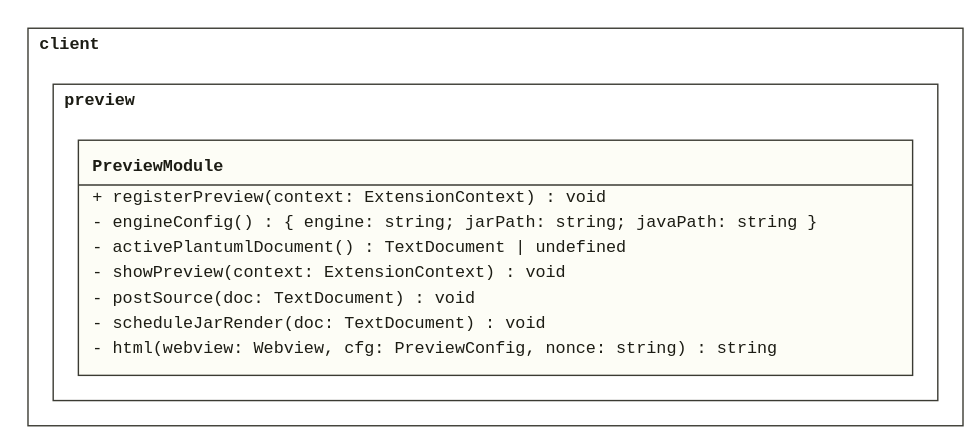
Earlier version of the PlantUML export doc/assets/CL_Preview.svg (derivasoftware/plantuml-vscode). Its source is kept beside it as design/lld/client/CL_Preview.puml.
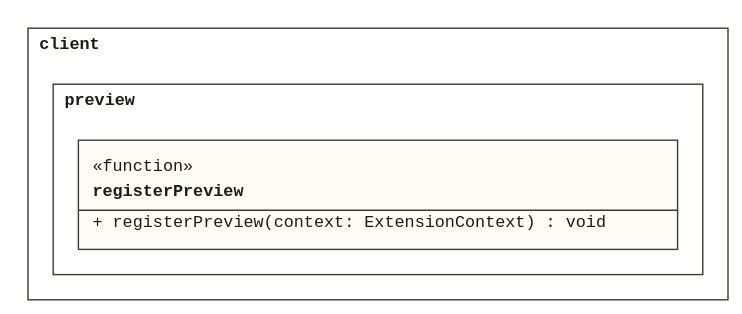
Above is the later version.

Commit message:
Model the module functions on the function axis (BOK-00139-1)

What changed in the source:
```diff
@@ -3,14 +3,8 @@
 !startsub PreviewModule
 
 namespace client.preview {
-  class "<<module>>" as PreviewModule {
+  class registerPreview <<function>> {
     + registerPreview(context: ExtensionContext) : void
-    - engineConfig() : { engine: string; jarPath: string; javaPath: string }
-    - activePlantumlDocument() : TextDocument | undefined
-    - showPreview(context: ExtensionContext) : void
-    - postSource(doc: TextDocument) : void
-    - scheduleJarRender(doc: TextDocument) : void
-    - html(webview: Webview, cfg: PreviewConfig, nonce: string) : string
   }
 }
 
```
